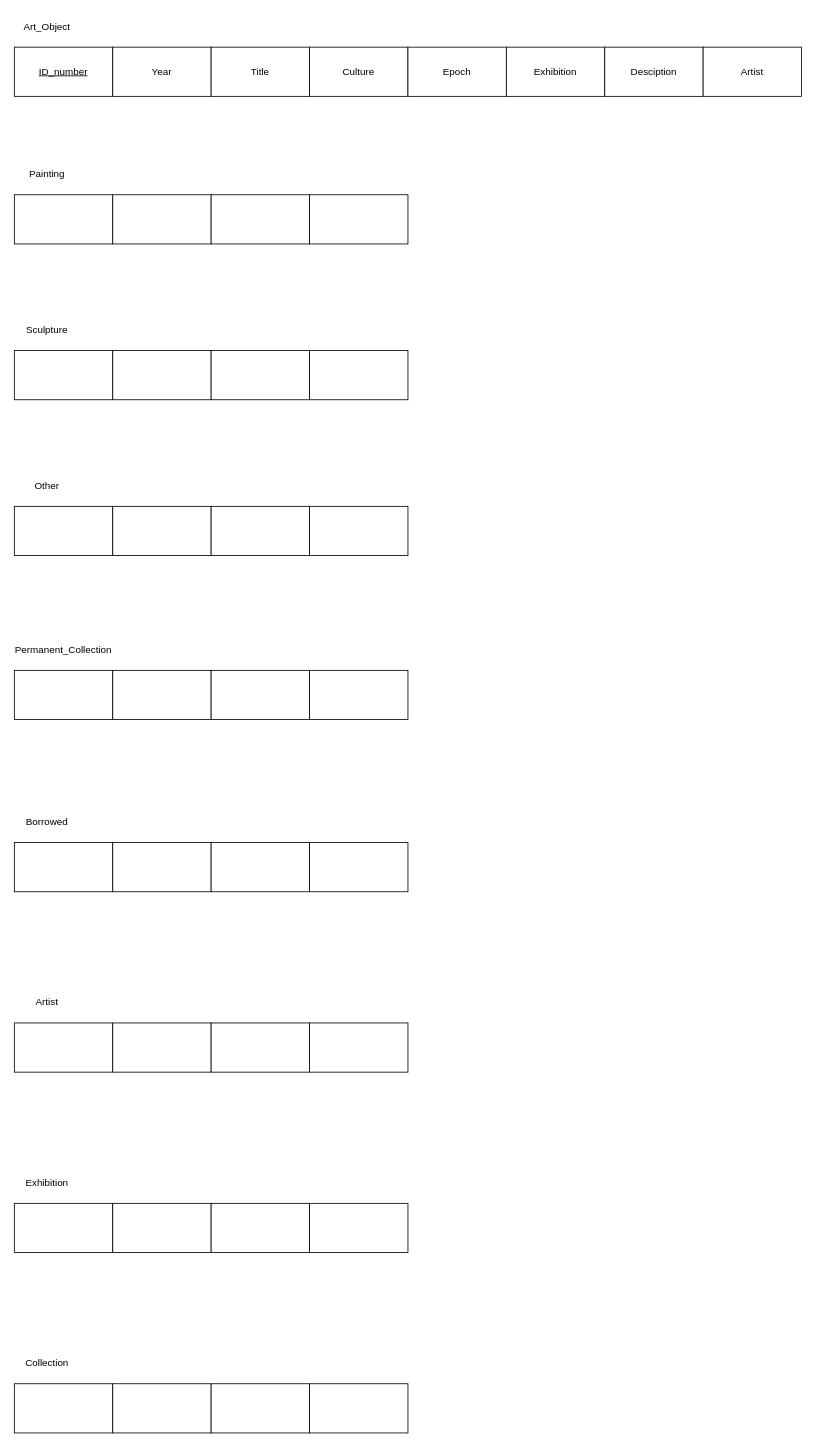
The draw.io diagram EERD.drawio in ENSF-300-F23/museum-project-l03-35, before the edit. Source tidied: cells renumbered, new cells numbered last; positions are measured from the earlier drawing's top-left corner, leaving out a move shared by most shapes. Both pictures are drawn from the tidied source at 82%, with x=0, y=0 at pixel (14, 14).
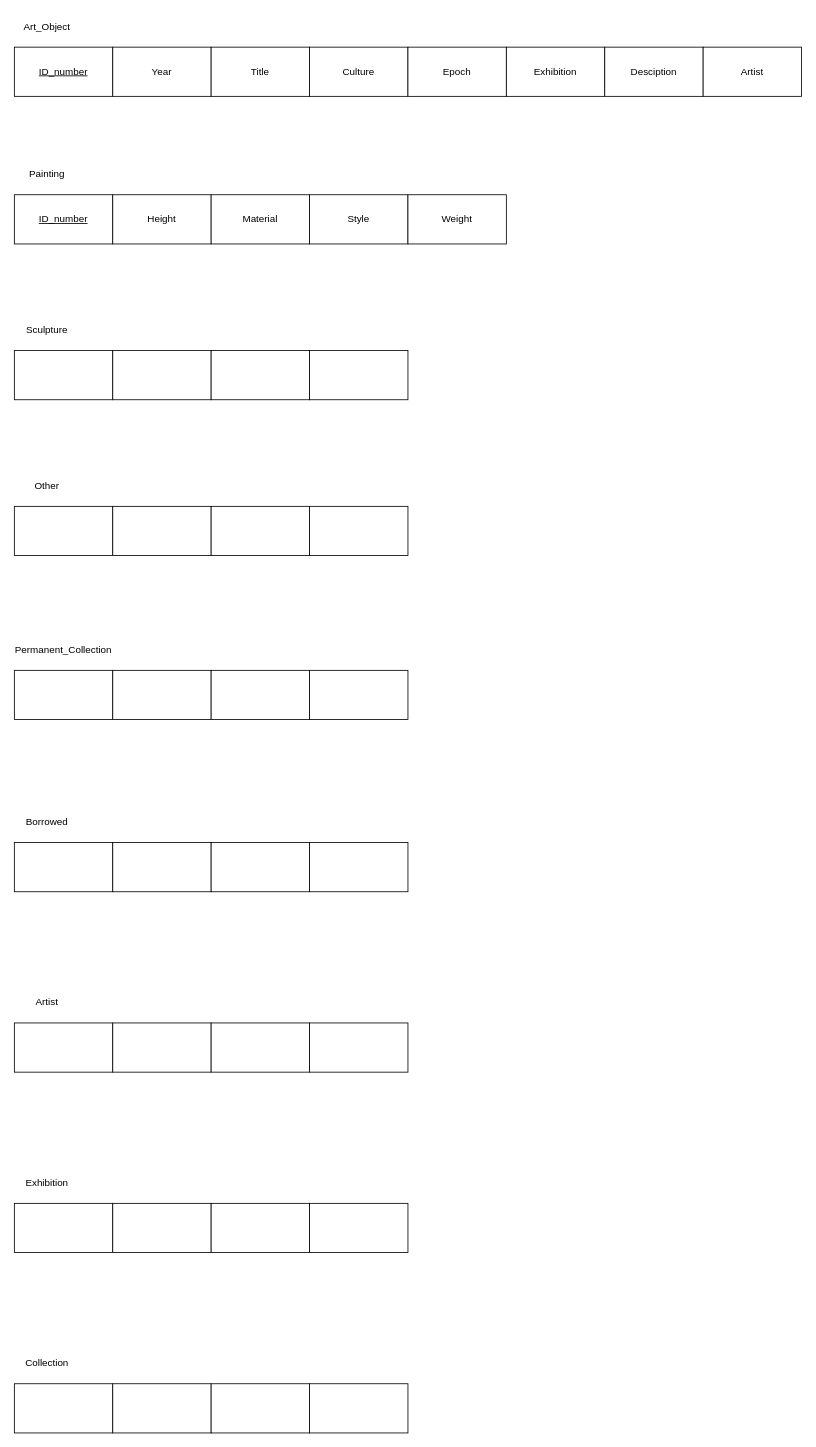
The same page after the edit.

Commit message:
Added primary key and attributes for "Sculpture" entity

The edit, as a diff of the source:
```diff
@@
-    <mxCell id="8" style="rounded=0;whiteSpace=wrap;html=1;" parent="1" vertex="1">
+    <mxCell id="8" value="&lt;u&gt;ID_number&lt;/u&gt;" style="rounded=0;whiteSpace=wrap;html=1;" parent="1" vertex="1">
       <mxGeometry y="220" width="120" height="60" as="geometry" />
     </mxCell>
-    <mxCell id="9" style="rounded=0;whiteSpace=wrap;html=1;" parent="1" vertex="1">
+    <mxCell id="9" value="Height" style="rounded=0;whiteSpace=wrap;html=1;" parent="1" vertex="1">
       <mxGeometry x="120" y="220" width="120" height="60" as="geometry" />
     </mxCell>
-    <mxCell id="10" style="rounded=0;whiteSpace=wrap;html=1;" parent="1" vertex="1">
+    <mxCell id="10" value="Material" style="rounded=0;whiteSpace=wrap;html=1;" parent="1" vertex="1">
       <mxGeometry x="240" y="220" width="120" height="60" as="geometry" />
     </mxCell>
-    <mxCell id="11" style="rounded=0;whiteSpace=wrap;html=1;" parent="1" vertex="1">
+    <mxCell id="11" value="Style" style="rounded=0;whiteSpace=wrap;html=1;" parent="1" vertex="1">
       <mxGeometry x="360" y="220" width="120" height="60" as="geometry" />
     </mxCell>
@@
+    <mxCell id="51" value="Weight" style="rounded=0;whiteSpace=wrap;html=1;" parent="1" vertex="1">
+      <mxGeometry x="480" y="220" width="120" height="60" as="geometry" />
+    </mxCell>
```
